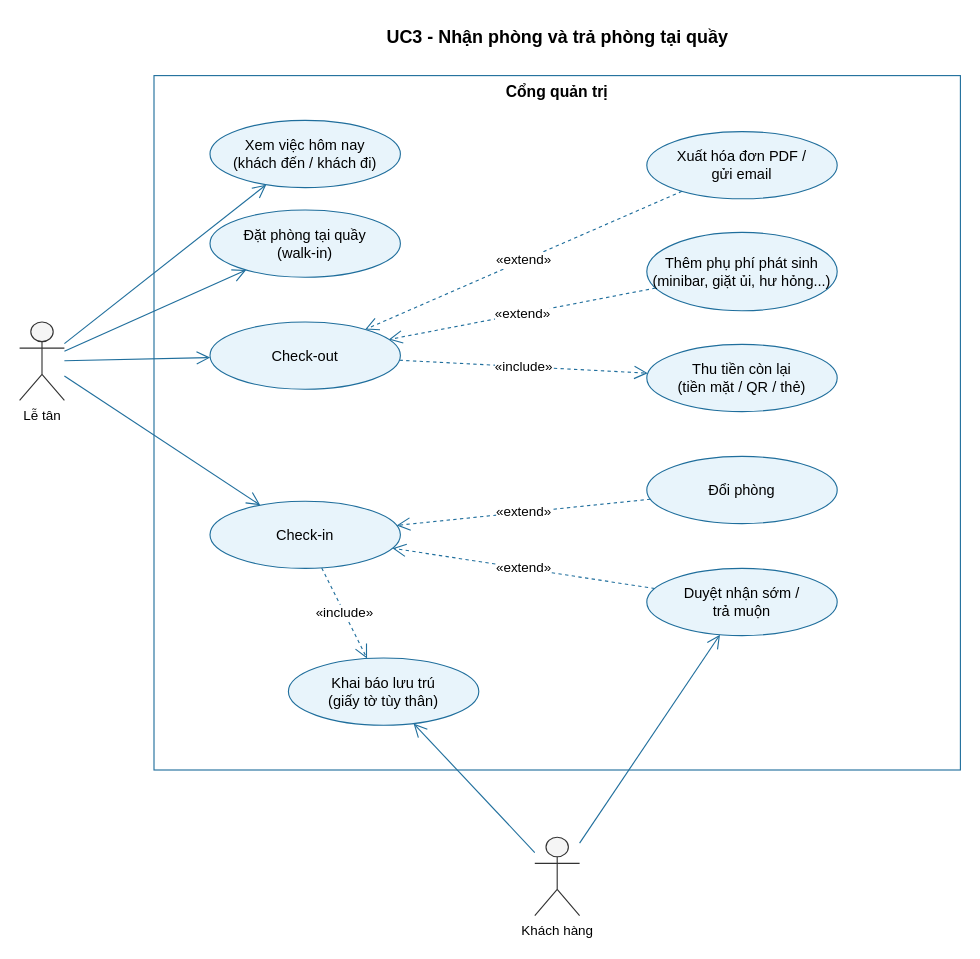
Earlier version of the draw.io diagram docs/use-case/uc3-nhan-tra-phong.drawio (ngynquchn2511/beach-hotel). Source tidied: cells renumbered, new cells numbered last; positions are measured from the earlier drawing's top-left corner, leaving out a move shared by most shapes. Both pictures are drawn from the tidied source at 112%, with x=0, y=0 at pixel (19, 19).
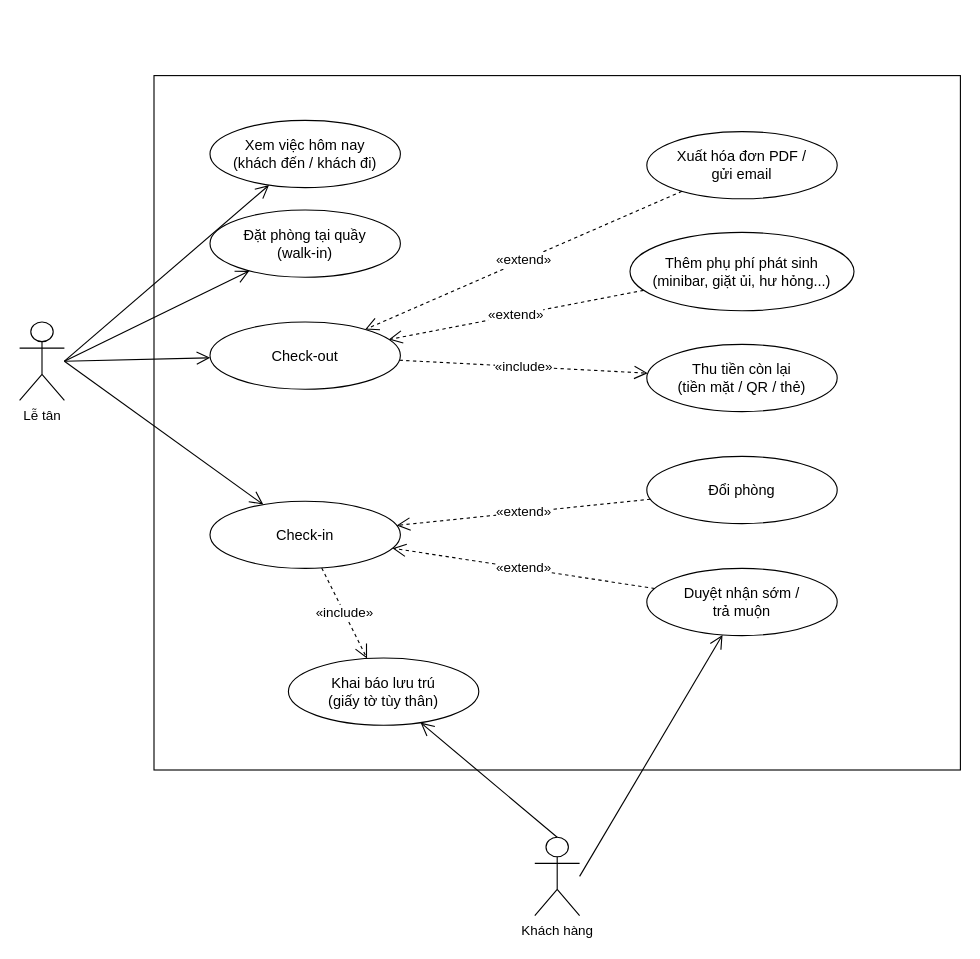
The same page after the edit.

The edit, as a diff of the source:
```diff
@@
-    <mxCell id="2" value="UC3 - Nhận phòng và trả phòng tại quầy" style="text;html=1;align=center;verticalAlign=middle;fontStyle=1;fontSize=16;" parent="1" vertex="1">
-      <mxGeometry x="120" width="720" height="30" as="geometry" />
-    </mxCell>
-    <mxCell id="3" value="Cổng quản trị" style="rounded=0;whiteSpace=wrap;html=1;verticalAlign=top;fontStyle=1;fontSize=14;fillColor=none;strokeColor=#1F6E9C;" parent="1" vertex="1">
+    <mxCell id="3" style="rounded=0;whiteSpace=wrap;html=1;verticalAlign=top;fontStyle=1;fontSize=14;fillColor=none;strokeColor=#000000;" parent="1" vertex="1">
       <mxGeometry x="120" y="50" width="720" height="620" as="geometry" />
     </mxCell>
-    <mxCell id="4" value="Lễ tân" style="shape=umlActor;verticalLabelPosition=bottom;verticalAlign=top;html=1;outlineConnect=0;fillColor=#F5F5F5;strokeColor=#333333;" parent="1" vertex="1">
+    <mxCell id="4" value="Lễ tân" style="shape=umlActor;verticalLabelPosition=bottom;verticalAlign=top;html=1;outlineConnect=0;fillColor=#FFFFFF;strokeColor=#000000;" parent="1" vertex="1">
       <mxGeometry y="270" width="40" height="70" as="geometry" />
     </mxCell>
-    <mxCell id="5" value="Khách hàng" style="shape=umlActor;verticalLabelPosition=bottom;verticalAlign=top;html=1;outlineConnect=0;fillColor=#F5F5F5;strokeColor=#333333;" parent="1" vertex="1">
+    <mxCell id="5" value="Khách hàng" style="shape=umlActor;verticalLabelPosition=bottom;verticalAlign=top;html=1;outlineConnect=0;fillColor=#FFFFFF;strokeColor=#000000;" parent="1" vertex="1">
       <mxGeometry x="460" y="730" width="40" height="70" as="geometry" />
     </mxCell>
-    <mxCell id="6" value="Xem việc hôm nay&lt;br&gt;(khách đến / khách đi)" style="ellipse;whiteSpace=wrap;html=1;fillColor=#E8F4FB;strokeColor=#1F6E9C;fontSize=13;" parent="3" vertex="1">
+    <mxCell id="6" value="Xem việc hôm nay&lt;br&gt;(khách đến / khách đi)" style="ellipse;whiteSpace=wrap;html=1;fillColor=#FFFFFF;strokeColor=#000000;fontSize=13;" parent="3" vertex="1">
       <mxGeometry x="50" y="40" width="170" height="60" as="geometry" />
     </mxCell>
-    <mxCell id="7" value="Đặt phòng tại quầy&lt;br&gt;(walk-in)" style="ellipse;whiteSpace=wrap;html=1;fillColor=#E8F4FB;strokeColor=#1F6E9C;fontSize=13;" parent="3" vertex="1">
+    <mxCell id="7" value="Đặt phòng tại quầy&lt;br&gt;(walk-in)" style="ellipse;whiteSpace=wrap;html=1;fillColor=#FFFFFF;strokeColor=#000000;fontSize=13;" parent="3" vertex="1">
       <mxGeometry x="50" y="120" width="170" height="60" as="geometry" />
     </mxCell>
-    <mxCell id="8" value="Check-out" style="ellipse;whiteSpace=wrap;html=1;fillColor=#E8F4FB;strokeColor=#1F6E9C;fontSize=13;" parent="3" vertex="1">
+    <mxCell id="8" value="Check-out" style="ellipse;whiteSpace=wrap;html=1;fillColor=#FFFFFF;strokeColor=#000000;fontSize=13;" parent="3" vertex="1">
       <mxGeometry x="50" y="220" width="170" height="60" as="geometry" />
     </mxCell>
-    <mxCell id="9" value="Check-in" style="ellipse;whiteSpace=wrap;html=1;fillColor=#E8F4FB;strokeColor=#1F6E9C;fontSize=13;" parent="3" vertex="1">
+    <mxCell id="9" value="Check-in" style="ellipse;whiteSpace=wrap;html=1;fillColor=#FFFFFF;strokeColor=#000000;fontSize=13;" parent="3" vertex="1">
       <mxGeometry x="50" y="380" width="170" height="60" as="geometry" />
     </mxCell>
-    <mxCell id="10" value="Khai báo lưu trú&lt;br&gt;(giấy tờ tùy thân)" style="ellipse;whiteSpace=wrap;html=1;fillColor=#E8F4FB;strokeColor=#1F6E9C;fontSize=13;" parent="3" vertex="1">
+    <mxCell id="10" value="Khai báo lưu trú&lt;br&gt;(giấy tờ tùy thân)" style="ellipse;whiteSpace=wrap;html=1;fillColor=#FFFFFF;strokeColor=#000000;fontSize=13;" parent="3" vertex="1">
       <mxGeometry x="120" y="520" width="170" height="60" as="geometry" />
     </mxCell>
-    <mxCell id="11" value="Xuất hóa đơn PDF /&lt;br&gt;gửi email" style="ellipse;whiteSpace=wrap;html=1;fillColor=#E8F4FB;strokeColor=#1F6E9C;fontSize=13;" parent="3" vertex="1">
+    <mxCell id="11" value="Xuất hóa đơn PDF /&lt;br&gt;gửi email" style="ellipse;whiteSpace=wrap;html=1;fillColor=#FFFFFF;strokeColor=#000000;fontSize=13;" parent="3" vertex="1">
       <mxGeometry x="440" y="50" width="170" height="60" as="geometry" />
     </mxCell>
-    <mxCell id="12" value="Thêm phụ phí phát sinh&lt;br&gt;(minibar, giặt ủi, hư hỏng...)" style="ellipse;whiteSpace=wrap;html=1;fillColor=#E8F4FB;strokeColor=#1F6E9C;fontSize=13;" parent="3" vertex="1">
-      <mxGeometry x="440" y="140" width="170" height="70" as="geometry" />
+    <mxCell id="12" value="Thêm phụ phí phát sinh&lt;br&gt;(minibar, giặt ủi, hư hỏng...)" style="ellipse;whiteSpace=wrap;html=1;fillColor=#FFFFFF;strokeColor=#000000;fontSize=13;" parent="3" vertex="1">
+      <mxGeometry x="425" y="140" width="200" height="70" as="geometry" />
     </mxCell>
-    <mxCell id="13" value="Thu tiền còn lại&lt;br&gt;(tiền mặt / QR / thẻ)" style="ellipse;whiteSpace=wrap;html=1;fillColor=#E8F4FB;strokeColor=#1F6E9C;fontSize=13;" parent="3" vertex="1">
+    <mxCell id="13" value="Thu tiền còn lại&lt;br&gt;(tiền mặt / QR / thẻ)" style="ellipse;whiteSpace=wrap;html=1;fillColor=#FFFFFF;strokeColor=#000000;fontSize=13;" parent="3" vertex="1">
       <mxGeometry x="440" y="240" width="170" height="60" as="geometry" />
     </mxCell>
-    <mxCell id="14" value="Đổi phòng" style="ellipse;whiteSpace=wrap;html=1;fillColor=#E8F4FB;strokeColor=#1F6E9C;fontSize=13;" parent="3" vertex="1">
+    <mxCell id="14" value="Đổi phòng" style="ellipse;whiteSpace=wrap;html=1;fillColor=#FFFFFF;strokeColor=#000000;fontSize=13;" parent="3" vertex="1">
       <mxGeometry x="440" y="340" width="170" height="60" as="geometry" />
     </mxCell>
-    <mxCell id="15" value="Duyệt nhận sớm /&lt;br&gt;trả muộn" style="ellipse;whiteSpace=wrap;html=1;fillColor=#E8F4FB;strokeColor=#1F6E9C;fontSize=13;" parent="3" vertex="1">
+    <mxCell id="15" value="Duyệt nhận sớm /&lt;br&gt;trả muộn" style="ellipse;whiteSpace=wrap;html=1;fillColor=#FFFFFF;strokeColor=#000000;fontSize=13;" parent="3" vertex="1">
       <mxGeometry x="440" y="440" width="170" height="60" as="geometry" />
     </mxCell>
-    <mxCell id="16" style="endArrow=open;endSize=10;html=1;strokeColor=#1F6E9C;" parent="1" edge="1" source="4" target="6">
+    <mxCell id="16" style="endArrow=open;endSize=10;html=1;strokeColor=#000000;exitX=1;exitY=0.5;exitPerimeter=0;" parent="1" edge="1" source="4" target="6">
       <mxGeometry relative="1" as="geometry" />
     </mxCell>
-    <mxCell id="17" style="endArrow=open;endSize=10;html=1;strokeColor=#1F6E9C;" parent="1" edge="1" source="4" target="7">
+    <mxCell id="17" style="endArrow=open;endSize=10;html=1;strokeColor=#000000;exitX=1;exitY=0.5;exitPerimeter=0;" parent="1" edge="1" source="4" target="7">
       <mxGeometry relative="1" as="geometry" />
     </mxCell>
-    <mxCell id="18" style="endArrow=open;endSize=10;html=1;strokeColor=#1F6E9C;" parent="1" edge="1" source="4" target="8">
+    <mxCell id="18" style="endArrow=open;endSize=10;html=1;strokeColor=#000000;exitX=1;exitY=0.5;exitPerimeter=0;" parent="1" edge="1" source="4" target="8">
       <mxGeometry relative="1" as="geometry" />
     </mxCell>
-    <mxCell id="19" style="endArrow=open;endSize=10;html=1;strokeColor=#1F6E9C;" parent="1" edge="1" source="4" target="9">
+    <mxCell id="19" style="endArrow=open;endSize=10;html=1;strokeColor=#000000;exitX=1;exitY=0.5;exitPerimeter=0;" parent="1" edge="1" source="4" target="9">
       <mxGeometry relative="1" as="geometry" />
     </mxCell>
-    <mxCell id="20" style="endArrow=open;endSize=10;html=1;strokeColor=#1F6E9C;" parent="1" edge="1" source="5" target="10">
+    <mxCell id="20" style="endArrow=open;endSize=10;html=1;strokeColor=#000000;exitX=0.5;exitY=0;exitPerimeter=0;" parent="1" edge="1" source="5" target="10">
       <mxGeometry relative="1" as="geometry" />
     </mxCell>
-    <mxCell id="21" style="endArrow=open;endSize=10;html=1;strokeColor=#1F6E9C;" parent="1" edge="1" source="5" target="15">
+    <mxCell id="21" style="endArrow=open;endSize=10;html=1;strokeColor=#000000;exitX=1;exitY=0.5;exitPerimeter=0;" parent="1" edge="1" source="5" target="15">
       <mxGeometry relative="1" as="geometry" />
     </mxCell>
-    <mxCell id="22" value="«include»" style="endArrow=open;endSize=10;dashed=1;html=1;strokeColor=#1F6E9C;fontSize=12;labelBackgroundColor=#FFFFFF;" parent="1" edge="1" source="9" target="10">
+    <mxCell id="22" value="«include»" style="endArrow=open;endSize=10;dashed=1;html=1;strokeColor=#000000;fontSize=12;labelBackgroundColor=#FFFFFF;" parent="1" edge="1" source="9" target="10">
       <mxGeometry relative="1" as="geometry" />
     </mxCell>
-    <mxCell id="23" value="«extend»" style="endArrow=open;endSize=10;dashed=1;html=1;strokeColor=#1F6E9C;fontSize=12;labelBackgroundColor=#FFFFFF;" parent="1" edge="1" source="15" target="9">
+    <mxCell id="23" value="«extend»" style="endArrow=open;endSize=10;dashed=1;html=1;strokeColor=#000000;fontSize=12;labelBackgroundColor=#FFFFFF;" parent="1" edge="1" source="15" target="9">
       <mxGeometry relative="1" as="geometry" />
     </mxCell>
-    <mxCell id="24" value="«extend»" style="endArrow=open;endSize=10;dashed=1;html=1;strokeColor=#1F6E9C;fontSize=12;labelBackgroundColor=#FFFFFF;" parent="1" edge="1" source="14" target="9">
+    <mxCell id="24" value="«extend»" style="endArrow=open;endSize=10;dashed=1;html=1;strokeColor=#000000;fontSize=12;labelBackgroundColor=#FFFFFF;" parent="1" edge="1" source="14" target="9">
       <mxGeometry relative="1" as="geometry" />
     </mxCell>
-    <mxCell id="25" value="«include»" style="endArrow=open;endSize=10;dashed=1;html=1;strokeColor=#1F6E9C;fontSize=12;labelBackgroundColor=#FFFFFF;" parent="1" edge="1" source="8" target="13">
+    <mxCell id="25" value="«include»" style="endArrow=open;endSize=10;dashed=1;html=1;strokeColor=#000000;fontSize=12;labelBackgroundColor=#FFFFFF;" parent="1" edge="1" source="8" target="13">
       <mxGeometry relative="1" as="geometry" />
     </mxCell>
-    <mxCell id="26" value="«extend»" style="endArrow=open;endSize=10;dashed=1;html=1;strokeColor=#1F6E9C;fontSize=12;labelBackgroundColor=#FFFFFF;" parent="1" edge="1" source="12" target="8">
+    <mxCell id="26" value="«extend»" style="endArrow=open;endSize=10;dashed=1;html=1;strokeColor=#000000;fontSize=12;labelBackgroundColor=#FFFFFF;" parent="1" edge="1" source="12" target="8">
       <mxGeometry relative="1" as="geometry" />
     </mxCell>
-    <mxCell id="27" value="«extend»" style="endArrow=open;endSize=10;dashed=1;html=1;strokeColor=#1F6E9C;fontSize=12;labelBackgroundColor=#FFFFFF;" parent="1" edge="1" source="11" target="8">
+    <mxCell id="27" value="«extend»" style="endArrow=open;endSize=10;dashed=1;html=1;strokeColor=#000000;fontSize=12;labelBackgroundColor=#FFFFFF;" parent="1" edge="1" source="11" target="8">
       <mxGeometry relative="1" as="geometry" />
     </mxCell>
```
